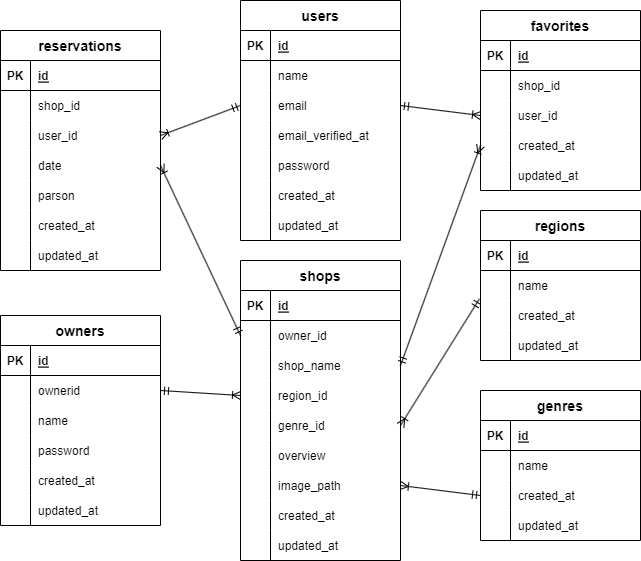
yoshikiakazawa/Rese_rest keeps this draw.io diagram as src/.drawio.png. Above is the earlier version. Source tidied: cells renumbered, new cells last; positions are measured from the earlier drawing's top-left corner, leaving out a move shared by most shapes.
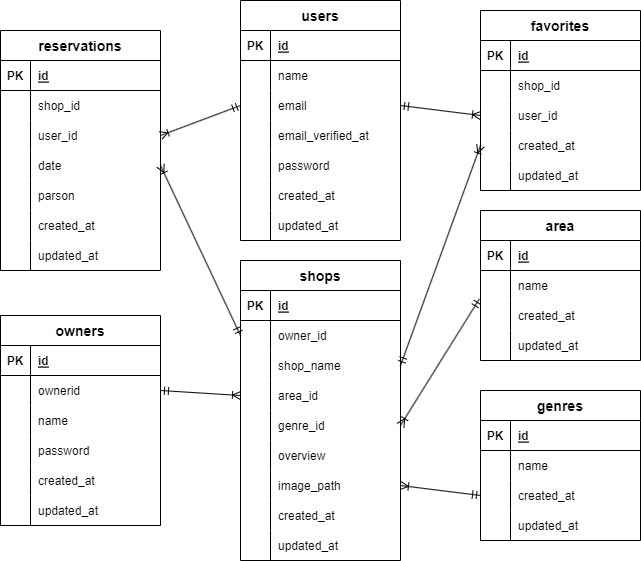
Above is the later version.

The edit, as a diff of the source:
```diff
@@ -284,7 +284,7 @@
     <mxCell id="95" style="shape=partialRectangle;fillColor=none;top=0;left=0;bottom=0;right=0;overflow=hidden;" parent="94" vertex="1">
       <mxGeometry width="30" height="30" as="geometry" />
     </mxCell>
-    <mxCell id="96" value="region_id" style="shape=partialRectangle;fillColor=none;top=0;left=0;bottom=0;right=0;align=left;spacingLeft=6;overflow=hidden;" parent="94" vertex="1">
+    <mxCell id="96" value="area_id" style="shape=partialRectangle;fillColor=none;top=0;left=0;bottom=0;right=0;align=left;spacingLeft=6;overflow=hidden;" parent="94" vertex="1">
       <mxGeometry x="30" width="130" height="30" as="geometry" />
     </mxCell>
     <mxCell id="97" style="shape=tableRow;horizontal=0;startSize=0;swimlaneHead=0;swimlaneBody=0;fillColor=none;points=[[0,0.5],[1,0.5]];portConstraint=eastwest;top=0;left=0;right=0;bottom=0;" parent="84" vertex="1">
@@ -332,7 +332,7 @@
     <mxCell id="111" value="updated_at" style="shape=partialRectangle;fillColor=none;top=0;left=0;bottom=0;right=0;align=left;spacingLeft=6;overflow=hidden;" parent="109" vertex="1">
       <mxGeometry x="30" width="130" height="30" as="geometry" />
     </mxCell>
-    <mxCell id="112" value="regions" style="shape=table;startSize=30;rowLines=0;fontStyle=1;align=center;fontSize=14;" parent="1" vertex="1">
+    <mxCell id="112" value="area" style="shape=table;startSize=30;rowLines=0;fontStyle=1;align=center;fontSize=14;" parent="1" vertex="1">
       <mxGeometry x="480" y="210" width="160" height="150" as="geometry" />
     </mxCell>
     <mxCell id="113" style="shape=tableRow;horizontal=0;startSize=0;swimlaneHead=0;swimlaneBody=0;fillColor=none;top=0;left=0;right=0;bottom=1;" parent="112" vertex="1">
```
